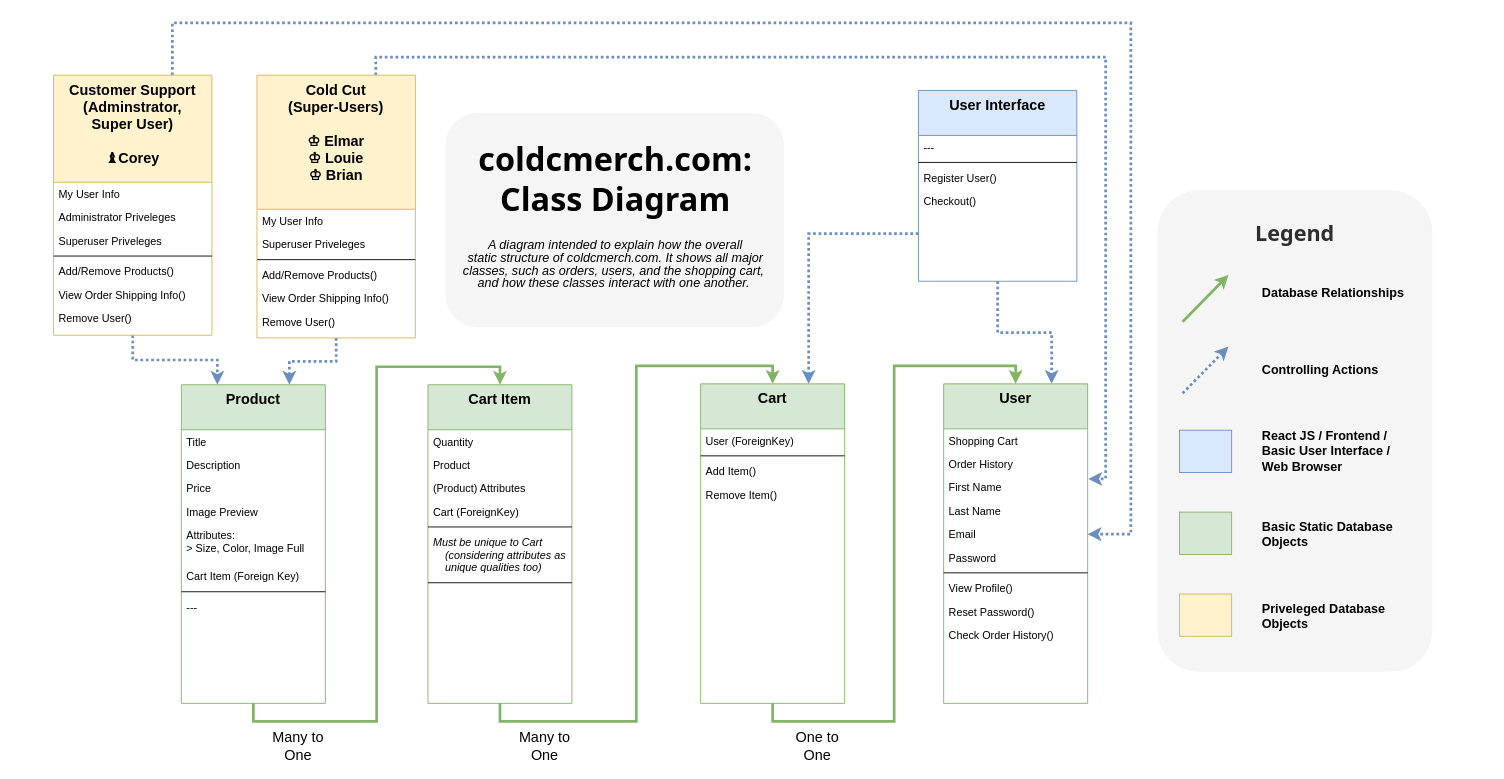
Earlier version of the draw.io diagram readme_img/Untitled Diagram.drawio (CoreyWarren/coldcmerch.com). Source tidied: cells renumbered, new cells numbered last; positions are measured from the earlier drawing's top-left corner, leaving out a move shared by most shapes. Both pictures are drawn from the tidied source at 90%, with x=0, y=0 at pixel (53, 22).
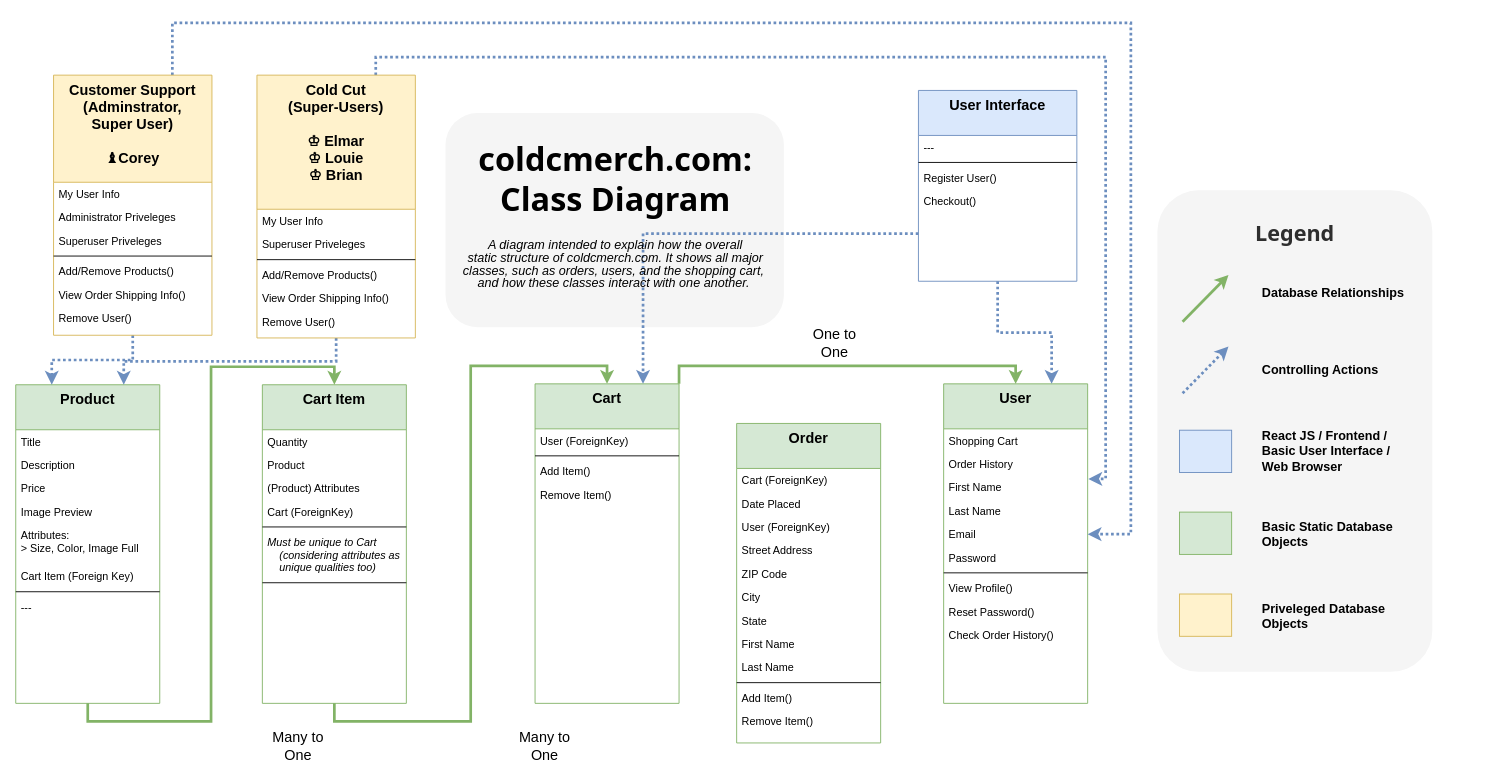
Above is the later version.

Unchanged cells that the change refers to:
```xml
<mxCell id="23" value="User" style="swimlane;fontStyle=1;align=center;verticalAlign=top;horizontal=1;startSize=50;rounded=0;shadow=0;strokeWidth=1;fontSize=16;fillColor=#d5e8d4;strokeColor=#82b366;" parent="1" vertex="1">
  <mxGeometry x="989" y="401" width="160" height="355" as="geometry" />
</mxCell>
```

The edit, as a diff of the source:
```diff
@@
     <mxCell id="5" value="Cart Item" style="swimlane;fontStyle=1;align=center;verticalAlign=top;horizontal=1;startSize=50;rounded=0;shadow=0;strokeWidth=1;fontSize=16;fillColor=#d5e8d4;strokeColor=#82b366;" parent="1" vertex="1">
-      <mxGeometry x="416" y="402" width="160" height="354" as="geometry" />
+      <mxGeometry x="232" y="402" width="160" height="354" as="geometry" />
     </mxCell>
@@
     <mxCell id="14" value="Product" style="swimlane;fontStyle=1;align=center;verticalAlign=top;horizontal=1;startSize=50;rounded=0;shadow=0;strokeWidth=1;fontSize=16;fillColor=#d5e8d4;strokeColor=#82b366;" parent="1" vertex="1">
-      <mxGeometry x="142" y="402" width="160" height="354" as="geometry" />
+      <mxGeometry x="-42" y="402" width="160" height="354" as="geometry" />
     </mxCell>
@@
-    <mxCell id="34" style="edgeStyle=orthogonalEdgeStyle;rounded=0;jettySize=auto;html=1;exitX=0.5;exitY=1;exitDx=0;exitDy=0;entryX=0.5;entryY=0;entryDx=0;entryDy=0;fontSize=16;fillColor=#d5e8d4;strokeColor=#82b366;strokeWidth=3;" parent="1" edge="1" source="35" target="23">
+    <mxCell id="34" style="edgeStyle=orthogonalEdgeStyle;rounded=0;jettySize=auto;html=1;exitX=1;exitY=0;exitDx=0;exitDy=0;entryX=0.5;entryY=0;entryDx=0;entryDy=0;fillColor=#d5e8d4;strokeColor=#82b366;strokeWidth=3;" parent="1" edge="1" source="35" target="23">
       <mxGeometry relative="1" as="geometry" />
     </mxCell>
     <mxCell id="35" value="Cart" style="swimlane;fontStyle=1;align=center;verticalAlign=top;horizontal=1;startSize=50;rounded=0;shadow=0;strokeWidth=1;fontSize=16;fillColor=#d5e8d4;strokeColor=#82b366;" parent="1" vertex="1">
-      <mxGeometry x="719" y="401" width="160" height="355" as="geometry" />
+      <mxGeometry x="535" y="401" width="160" height="355" as="geometry" />
     </mxCell>
@@
     <mxCell id="42" value="One to One" style="text;html=1;strokeColor=none;fillColor=none;align=center;verticalAlign=middle;whiteSpace=wrap;rounded=0;fontSize=16;" parent="1" vertex="1">
-      <mxGeometry x="819" y="788" width="60" height="30" as="geometry" />
+      <mxGeometry x="838" y="341" width="60" height="30" as="geometry" />
     </mxCell>
@@
+    <mxCell id="82" value="Order" style="swimlane;fontStyle=1;align=center;verticalAlign=top;horizontal=1;startSize=50;rounded=0;shadow=0;strokeWidth=1;fontSize=16;fillColor=#d5e8d4;strokeColor=#82b366;" parent="1" vertex="1">
+      <mxGeometry x="759" y="445" width="160" height="355" as="geometry" />
+    </mxCell>
+    <mxCell id="83" value="Cart (ForeignKey)" style="text;align=left;verticalAlign=top;spacingLeft=4;spacingRight=4;overflow=hidden;" parent="82" vertex="1">
+      <mxGeometry y="50" width="160" height="26" as="geometry" />
+    </mxCell>
+    <mxCell id="84" value="Date Placed" style="text;align=left;verticalAlign=top;spacingLeft=4;spacingRight=4;overflow=hidden;" parent="82" vertex="1">
+      <mxGeometry y="76" width="160" height="26" as="geometry" />
+    </mxCell>
+    <mxCell id="85" value="User (ForeignKey)" style="text;align=left;verticalAlign=top;spacingLeft=4;spacingRight=4;overflow=hidden;" parent="82" vertex="1">
+      <mxGeometry y="102" width="160" height="26" as="geometry" />
+    </mxCell>
+    <mxCell id="86" value="Street Address" style="text;align=left;verticalAlign=top;spacingLeft=4;spacingRight=4;overflow=hidden;" parent="82" vertex="1">
+      <mxGeometry y="128" width="160" height="26" as="geometry" />
+    </mxCell>
+    <mxCell id="87" value="ZIP Code" style="text;align=left;verticalAlign=top;spacingLeft=4;spacingRight=4;overflow=hidden;" parent="82" vertex="1">
+      <mxGeometry y="154" width="160" height="26" as="geometry" />
+    </mxCell>
+    <mxCell id="88" value="City" style="text;align=left;verticalAlign=top;spacingLeft=4;spacingRight=4;overflow=hidden;" parent="82" vertex="1">
+      <mxGeometry y="180" width="160" height="26" as="geometry" />
+    </mxCell>
+    <mxCell id="89" value="State" style="text;align=left;verticalAlign=top;spacingLeft=4;spacingRight=4;overflow=hidden;" parent="82" vertex="1">
+      <mxGeometry y="206" width="160" height="26" as="geometry" />
+    </mxCell>
+    <mxCell id="90" value="First Name" style="text;align=left;verticalAlign=top;spacingLeft=4;spacingRight=4;overflow=hidden;" parent="82" vertex="1">
+      <mxGeometry y="232" width="160" height="26" as="geometry" />
+    </mxCell>
+    <mxCell id="91" value="Last Name" style="text;align=left;verticalAlign=top;spacingLeft=4;spacingRight=4;overflow=hidden;" parent="82" vertex="1">
+      <mxGeometry y="258" width="160" height="26" as="geometry" />
+    </mxCell>
+    <mxCell id="92" style="line;html=1;strokeWidth=1;align=left;verticalAlign=middle;spacingTop=-1;spacingLeft=3;spacingRight=3;labelPosition=right;" parent="82" vertex="1">
+      <mxGeometry y="284" width="160" height="8" as="geometry" />
+    </mxCell>
+    <mxCell id="93" value="Add Item()" style="text;align=left;verticalAlign=top;spacingLeft=4;spacingRight=4;overflow=hidden;" parent="82" vertex="1">
+      <mxGeometry y="292" width="160" height="26" as="geometry" />
+    </mxCell>
+    <mxCell id="94" value="Remove Item()" style="text;align=left;verticalAlign=top;spacingLeft=4;spacingRight=4;overflow=hidden;" parent="82" vertex="1">
+      <mxGeometry y="318" width="160" height="26" as="geometry" />
+    </mxCell>
```
